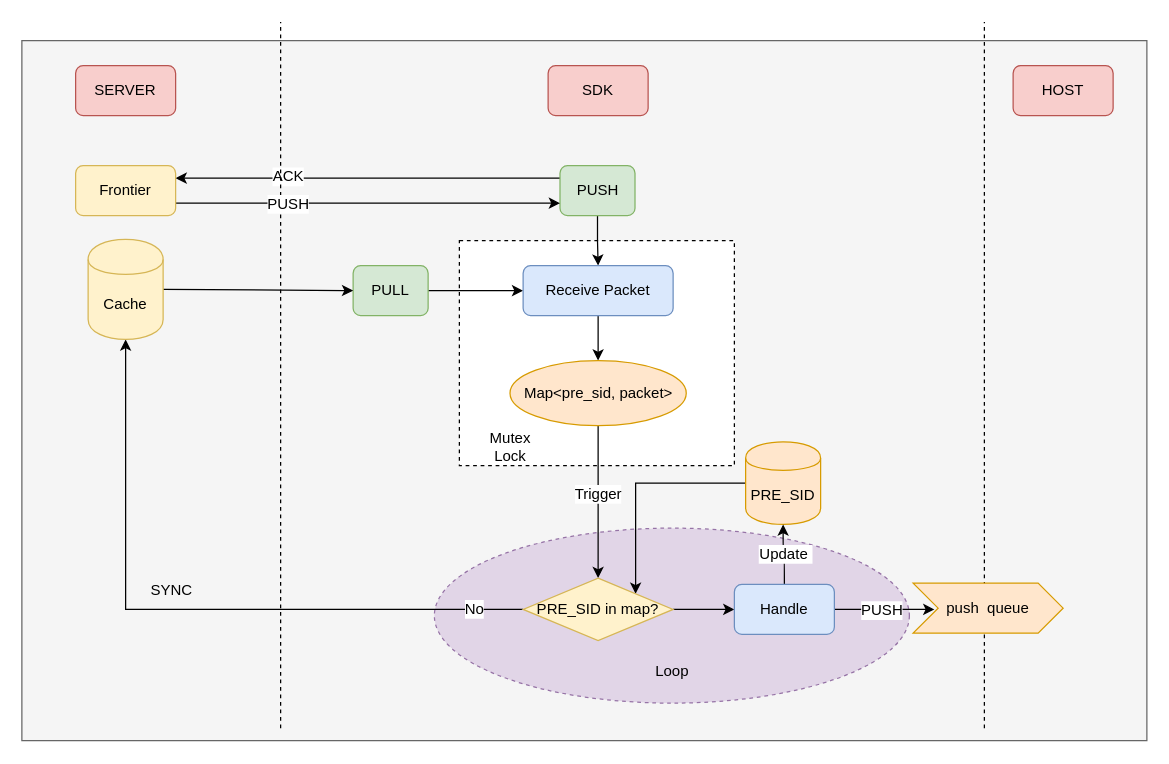
Hankszhang/graphs keeps this draw.io diagram as push_sync.drawio. Above is the earlier version. Source tidied: cells renumbered, new cells numbered last; positions are measured from the earlier drawing's top-left corner, leaving out a move shared by most shapes. Both pictures are drawn from the tidied source at 125%, with x=0, y=0 at pixel (21, 21).
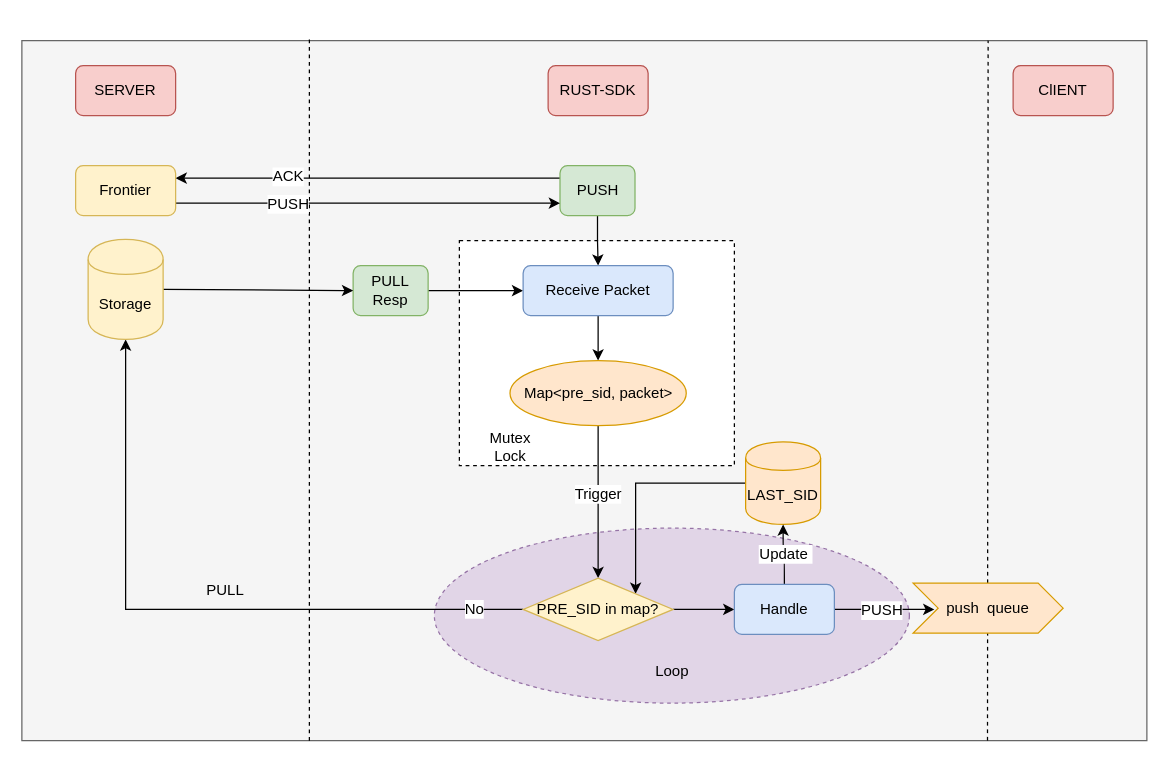
After the change.

The edit, as a diff of the source:
```diff
@@
-    <mxCell id="6" value="SDK" style="rounded=1;whiteSpace=wrap;html=1;fillColor=#f8cecc;strokeColor=#b85450;" parent="1" vertex="1">
+    <mxCell id="6" value="RUST-SDK" style="rounded=1;whiteSpace=wrap;html=1;fillColor=#f8cecc;strokeColor=#b85450;" parent="1" vertex="1">
       <mxGeometry x="421" y="35" width="80" height="40" as="geometry" />
     </mxCell>
-    <mxCell id="7" value="HOST" style="rounded=1;whiteSpace=wrap;html=1;fillColor=#f8cecc;strokeColor=#b85450;" parent="1" vertex="1">
+    <mxCell id="7" value="ClIENT" style="rounded=1;whiteSpace=wrap;html=1;fillColor=#f8cecc;strokeColor=#b85450;" parent="1" vertex="1">
       <mxGeometry x="793" y="35" width="80" height="40" as="geometry" />
     </mxCell>
@@
-    <mxCell id="13" value="PULL" style="rounded=1;whiteSpace=wrap;html=1;fillColor=#d5e8d4;strokeColor=#82b366;" parent="1" vertex="1">
+    <mxCell id="13" value="PULL&lt;br&gt;Resp" style="rounded=1;whiteSpace=wrap;html=1;fillColor=#d5e8d4;strokeColor=#82b366;" parent="1" vertex="1">
       <mxGeometry x="265" y="195" width="60" height="40" as="geometry" />
     </mxCell>
@@
-    <mxCell id="20" value="PRE_SID" style="shape=cylinder;whiteSpace=wrap;html=1;boundedLbl=1;backgroundOutline=1;rounded=1;fillColor=#ffe6cc;strokeColor=#d79b00;" parent="1" vertex="1">
+    <mxCell id="20" value="LAST_SID" style="shape=cylinder;whiteSpace=wrap;html=1;boundedLbl=1;backgroundOutline=1;rounded=1;fillColor=#ffe6cc;strokeColor=#d79b00;" parent="1" vertex="1">
       <mxGeometry x="579" y="336" width="60" height="66" as="geometry" />
     </mxCell>
@@
-    <mxCell id="30" style="endArrow=none;dashed=1;html=1;entryX=0.75;entryY=0;entryDx=0;entryDy=0;exitX=0.75;exitY=1;exitDx=0;exitDy=0;" parent="1" edge="1">
+    <mxCell id="30" style="endArrow=none;dashed=1;html=1;exitX=0.75;exitY=1;exitDx=0;exitDy=0;" parent="1" edge="1">
       <mxGeometry relative="1" as="geometry">
-        <mxPoint x="770" y="565" as="sourcePoint" />
-        <mxPoint x="770" as="targetPoint" />
+        <mxPoint x="772.5" y="575" as="sourcePoint" />
+        <mxPoint x="773" y="15" as="targetPoint" />
       </mxGeometry>
     </mxCell>
@@
-    <mxCell id="32" style="endArrow=none;dashed=1;html=1;entryX=0.75;entryY=0;entryDx=0;entryDy=0;exitX=0.75;exitY=1;exitDx=0;exitDy=0;" parent="1" edge="1">
+    <mxCell id="32" style="endArrow=none;dashed=1;html=1;" parent="1" edge="1">
       <mxGeometry relative="1" as="geometry">
-        <mxPoint x="207" y="565" as="sourcePoint" />
-        <mxPoint x="207" as="targetPoint" />
+        <mxPoint x="230" y="575" as="sourcePoint" />
+        <mxPoint x="230" y="13" as="targetPoint" />
       </mxGeometry>
     </mxCell>
@@
-    <mxCell id="35" value="Cache" style="shape=cylinder;whiteSpace=wrap;html=1;boundedLbl=1;backgroundOutline=1;rounded=0;fillColor=#fff2cc;strokeColor=#d6b656;" parent="1" vertex="1">
+    <mxCell id="35" value="Storage" style="shape=cylinder;whiteSpace=wrap;html=1;boundedLbl=1;backgroundOutline=1;rounded=0;fillColor=#fff2cc;strokeColor=#d6b656;" parent="1" vertex="1">
       <mxGeometry x="53" y="174" width="60" height="80" as="geometry" />
     </mxCell>
-    <mxCell id="36" value="SYNC" style="text;html=1;strokeColor=none;fillColor=none;align=center;verticalAlign=middle;whiteSpace=wrap;rounded=0;dashed=1;" parent="1" vertex="1">
-      <mxGeometry x="100" y="445" width="40" height="20" as="geometry" />
+    <mxCell id="36" value="PULL" style="text;html=1;strokeColor=none;fillColor=none;align=center;verticalAlign=middle;whiteSpace=wrap;rounded=0;dashed=1;" parent="1" vertex="1">
+      <mxGeometry x="123" y="445" width="80" height="20" as="geometry" />
     </mxCell>
```
